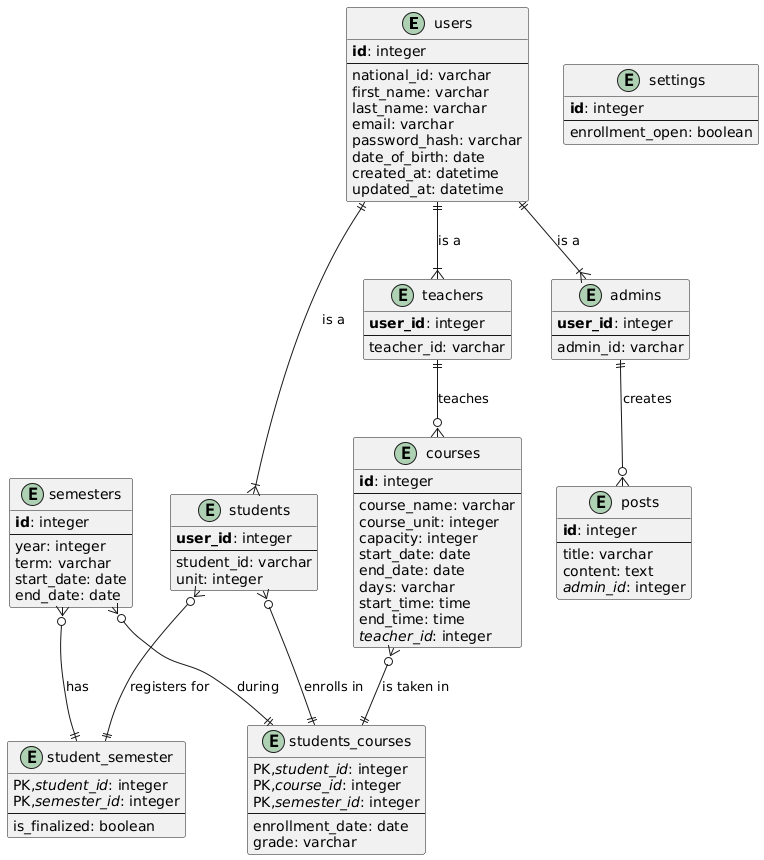
Earlier version of the PlantUML export docs/ER.png (lhiradi/educational-system).
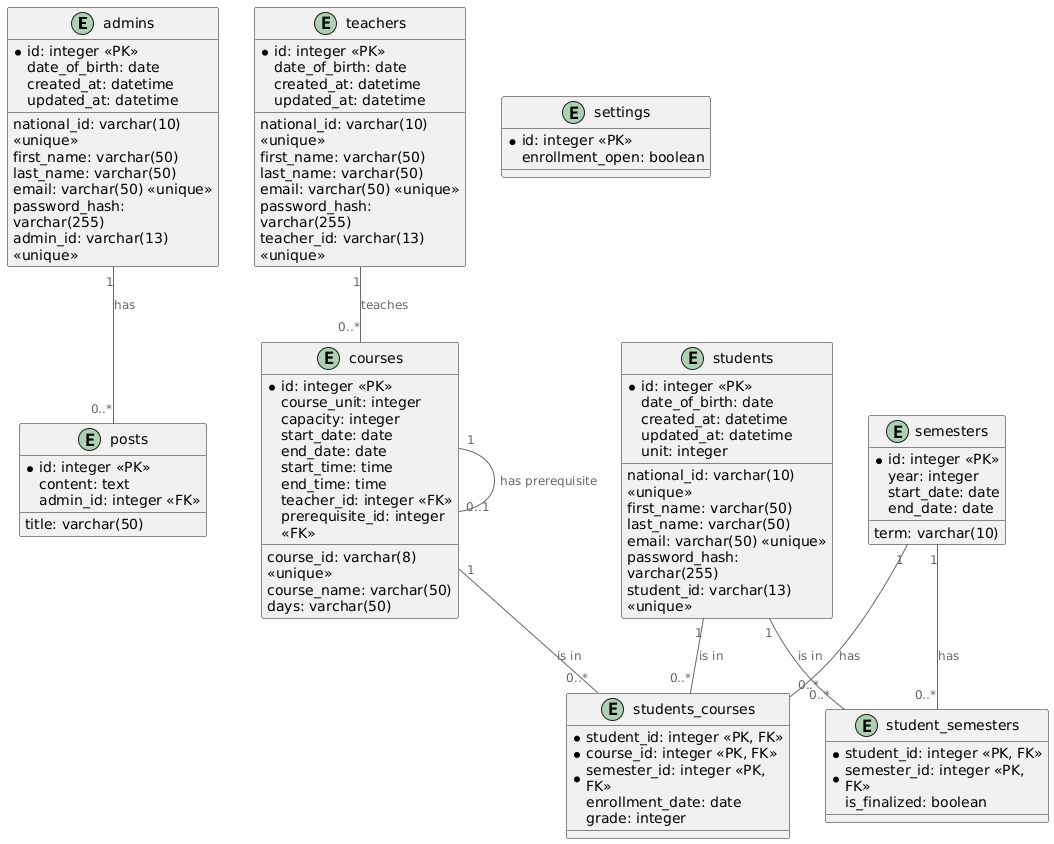
After the change.

Diff of the diagram source:
```diff
@@ -1,105 +1,102 @@
 @startuml
+!define V1_ERD
+!include https://raw.githubusercontent.com/plantuml-stdlib/C4-PlantUML/master/C4_Container.puml
 
-!define PK(name) <b>name</b>
-!define FK(name) <i>name</i>
-
-entity "users" as users {
-  PK(id): integer
-  --
-  national_id: varchar
-  first_name: varchar
-  last_name: varchar
-  email: varchar
-  password_hash: varchar
+entity "admins" {
+  *id: integer <<PK>>
+  national_id: varchar(10) <<unique>>
+  first_name: varchar(50)
+  last_name: varchar(50)
+  email: varchar(50) <<unique>>
+  password_hash: varchar(255)
   date_of_birth: date
   created_at: datetime
   updated_at: datetime
+  admin_id: varchar(13) <<unique>>
 }
 
-entity "students" as students {
-  PK(user_id): integer
-  --
-  student_id: varchar
-  unit: integer
-}
-
-entity "teachers" as teachers {
-  PK(user_id): integer
-  --
-  teacher_id: varchar
-}
-
-entity "admins" as admins {
-  PK(user_id): integer
-  --
-  admin_id: varchar
-}
-
-entity "courses" as courses {
-  PK(id): integer
-  --
-  course_name: varchar
+entity "courses" {
+  *id: integer <<PK>>
+  course_id: varchar(8) <<unique>>
+  course_name: varchar(50)
   course_unit: integer
   capacity: integer
   start_date: date
   end_date: date
-  days: varchar
+  days: varchar(50)
   start_time: time
   end_time: time
-  FK(teacher_id): integer
+  teacher_id: integer <<FK>>
+  prerequisite_id: integer <<FK>>
 }
 
-entity "semesters" as semesters {
-  PK(id): integer
-  --
+entity "posts" {
+  *id: integer <<PK>>
+  title: varchar(50)
+  content: text
+  admin_id: integer <<FK>>
+}
+
+entity "semesters" {
+  *id: integer <<PK>>
   year: integer
-  term: varchar
+  term: varchar(10)
   start_date: date
   end_date: date
 }
 
-entity "posts" as posts {
-  PK(id): integer
-  --
-  title: varchar
-  content: text
-  FK(admin_id): integer
-}
-
-entity "settings" as settings {
-  PK(id): integer
-  --
+entity "settings" {
+  *id: integer <<PK>>
   enrollment_open: boolean
 }
 
-entity "students_courses" as students_courses {
-  PK,FK(student_id): integer
-  PK,FK(course_id): integer
-  PK,FK(semester_id): integer
-  --
-  enrollment_date: date
-  grade: varchar
+entity "students" {
+  *id: integer <<PK>>
+  national_id: varchar(10) <<unique>>
+  first_name: varchar(50)
+  last_name: varchar(50)
+  email: varchar(50) <<unique>>
+  password_hash: varchar(255)
+  date_of_birth: date
+  created_at: datetime
+  updated_at: datetime
+  student_id: varchar(13) <<unique>>
+  unit: integer
 }
 
-entity "student_semester" as student_semester {
-  PK,FK(student_id): integer
-  PK,FK(semester_id): integer
-  --
+entity "student_semesters" {
+  *student_id: integer <<PK, FK>>
+  *semester_id: integer <<PK, FK>>
   is_finalized: boolean
 }
 
+entity "students_courses" {
+  *student_id: integer <<PK, FK>>
+  *course_id: integer <<PK, FK>>
+  *semester_id: integer <<PK, FK>>
+  enrollment_date: date
+  grade: integer
+}
 
-users ||--|{ students : "is a"
-users ||--|{ teachers : "is a"
-users ||--|{ admins : "is a"
+entity "teachers" {
+  *id: integer <<PK>>
+  national_id: varchar(10) <<unique>>
+  first_name: varchar(50)
+  last_name: varchar(50)
+  email: varchar(50) <<unique>>
+  password_hash: varchar(255)
+  date_of_birth: date
+  created_at: datetime
+  updated_at: datetime
+  teacher_id: varchar(13) <<unique>>
+}
 
-teachers ||--o{ courses : "teaches"
-admins ||--o{ posts : "creates"
-
-students }o--|| students_courses : "enrolls in"
-courses }o--|| students_courses : "is taken in"
-semesters }o--|| students_courses : "during"
-
-students }o--|| student_semester : "registers for"
-semesters }o--|| student_semester : "has"
+admins "1" -- "0..*" posts : "has"
+courses "1" -- "0..1" courses : "has prerequisite"
+courses "1" -- "0..*" students_courses : "is in"
+semesters "1" -- "0..*" student_semesters : "has"
+semesters "1" -- "0..*" students_courses : "has"
+students "1" -- "0..*" student_semesters : "is in"
+students "1" -- "0..*" students_courses : "is in"
+teachers "1" -- "0..*" courses : "teaches"
 @enduml
```
